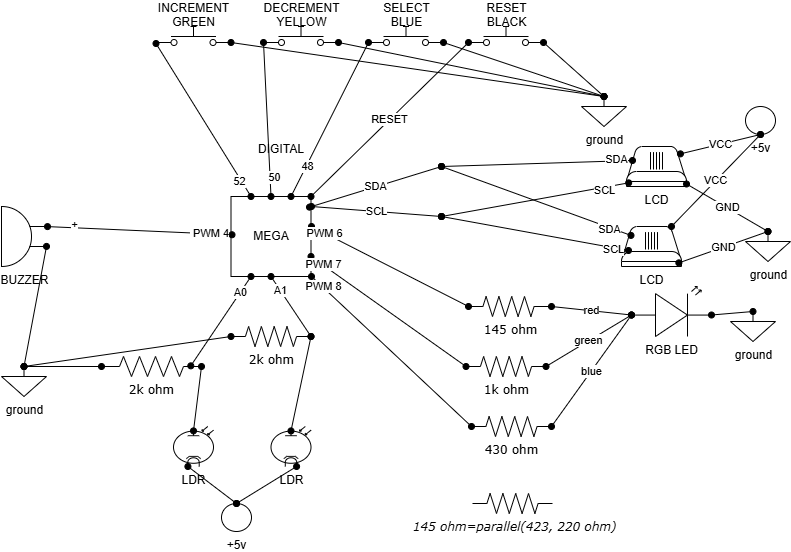
This is circuit.png from VroomDev/VroomRacer, a draw.io export, as it was before one commit. Source tidied: cells renumbered, new cells last; positions are measured from the earlier drawing's top-left corner, leaving out a move shared by most shapes.
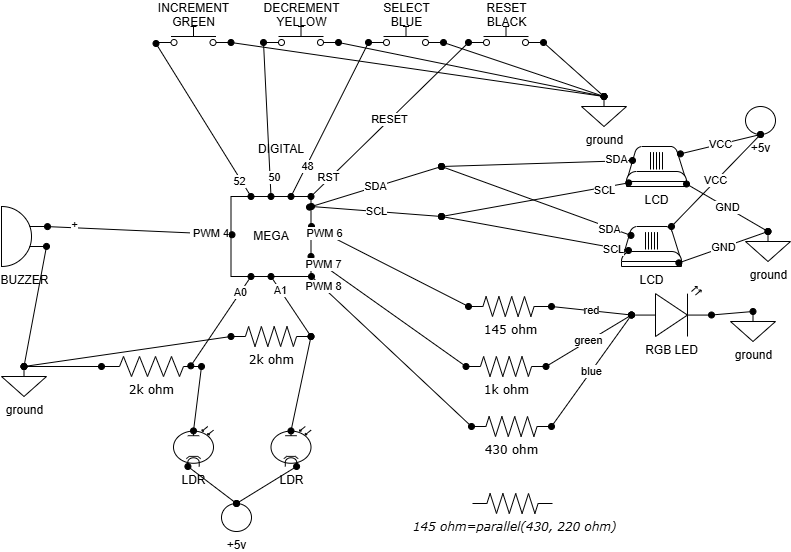
After the change.

The edit, as a diff of the source:
```diff
@@ -61,6 +61,9 @@
     <mxCell id="20" value="RESET" style="rounded=0;jettySize=auto;html=1;startArrow=oval;startFill=1;endArrow=oval;endFill=1;exitX=0;exitY=0.8;exitDx=0;exitDy=0;entryX=1;entryY=0;entryDx=0;entryDy=0;" parent="1" edge="1" source="8" target="2">
       <mxGeometry relative="1" as="geometry" />
     </mxCell>
+    <mxCell id="75" value="RST" style="edgeLabel;html=1;align=center;verticalAlign=middle;" parent="20" vertex="1">
+      <mxGeometry x="0.76" y="-2" relative="1" as="geometry" />
+    </mxCell>
     <mxCell id="21" value="BUZZER" style="verticalLabelPosition=bottom;shadow=0;dashed=0;align=center;html=1;verticalAlign=top;shape=mxgraph.electrical.electro-mechanical.buzzer;" parent="1" vertex="1">
       <mxGeometry y="180" width="45" height="60" as="geometry" />
     </mxCell>
@@ -102,7 +105,7 @@
     <mxCell id="32" value="2k ohm" style="verticalLabelPosition=bottom;shadow=0;dashed=0;align=center;html=1;verticalAlign=top;strokeWidth=1;shape=mxgraph.electrical.resistors.resistor_2;rounded=1;comic=0;labelBackgroundColor=none;fontFamily=Verdana;fontSize=12;" parent="1" vertex="1">
       <mxGeometry x="229.5" y="300" width="80" height="20" as="geometry" />
     </mxCell>
-    <mxCell id="33" style="rounded=0;jettySize=auto;html=1;entryX=0;entryY=0.5;entryDx=0;entryDy=0;startArrow=oval;startFill=1;endArrow=oval;endFill=1;exitX=0.5;exitY=0;exitDx=0;exitDy=0;exitPerimeter=0;entryPerimeter=0;" parent="1" edge="1" source="22" target="32">
+    <mxCell id="33" style="rounded=0;jettySize=auto;html=1;entryX=0;entryY=0.5;entryDx=0;entryDy=0;startArrow=oval;startFill=1;endArrow=oval;endFill=1;exitX=0.5;exitY=0;exitDx=0;exitDy=0;exitPerimeter=0;entryPerimeter=0;jumpStyle=none;" parent="1" edge="1" source="22" target="32">
       <mxGeometry x="-0.01" relative="1" as="geometry" />
     </mxCell>
     <mxCell id="34" value="red" style="rounded=0;jettySize=auto;html=1;entryX=0;entryY=0.57;entryDx=0;entryDy=0;startArrow=oval;startFill=1;endArrow=oval;endFill=1;entryPerimeter=0;" parent="1" edge="1" target="45">
@@ -243,7 +246,7 @@
     <mxCell id="70" value="SCL" style="edgeLabel;html=1;align=center;verticalAlign=middle;" parent="69" vertex="1">
       <mxGeometry x="0.84" y="-1" relative="1" as="geometry" />
     </mxCell>
-    <mxCell id="71" value="&lt;i&gt;&amp;nbsp;145 ohm=parallel(423, 220 ohm)&lt;/i&gt;" style="verticalLabelPosition=bottom;shadow=0;dashed=0;align=center;html=1;verticalAlign=top;strokeWidth=1;shape=mxgraph.electrical.resistors.resistor_2;rounded=1;comic=0;labelBackgroundColor=none;fontFamily=Verdana;fontSize=12;" parent="1" vertex="1">
+    <mxCell id="71" value="&lt;i&gt;&amp;nbsp;145 ohm=parallel(430, 220 ohm)&lt;/i&gt;" style="verticalLabelPosition=bottom;shadow=0;dashed=0;align=center;html=1;verticalAlign=top;strokeWidth=1;shape=mxgraph.electrical.resistors.resistor_2;rounded=1;comic=0;labelBackgroundColor=none;fontFamily=Verdana;fontSize=12;" parent="1" vertex="1">
       <mxGeometry x="471" y="467" width="80" height="20" as="geometry" />
     </mxCell>
     <mxCell id="72" style="rounded=0;jettySize=auto;html=1;entryX=0.036;entryY=0.909;entryDx=0;entryDy=0;startArrow=oval;startFill=1;endArrow=oval;endFill=1;entryPerimeter=0;" parent="1" edge="1" target="10">
```
